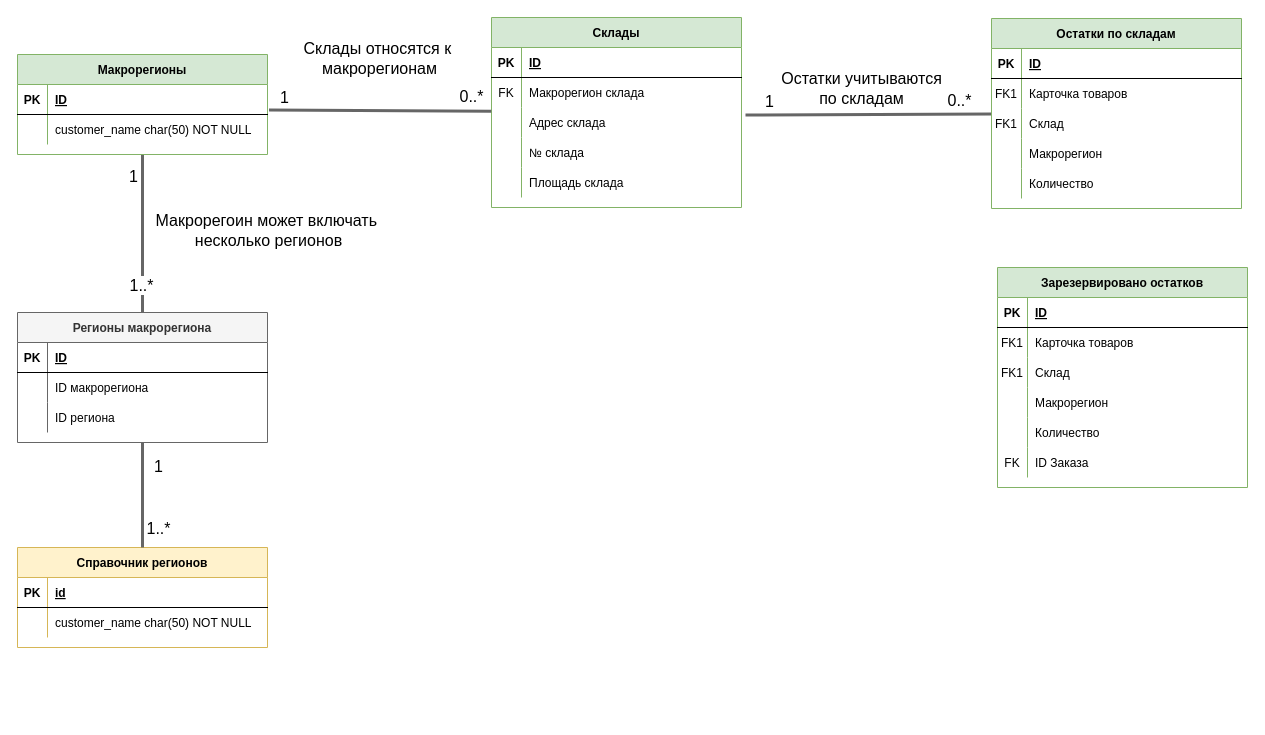
Earlier version of the draw.io diagram ERD Складская система.drawio (getitsoIved/examplesOfArtifacts). Source tidied: cells renumbered, new cells numbered last; positions are measured from the earlier drawing's top-left corner, leaving out a move shared by most shapes. Both pictures are drawn from the tidied source at 100%, with x=0, y=0 at pixel (17, 17).
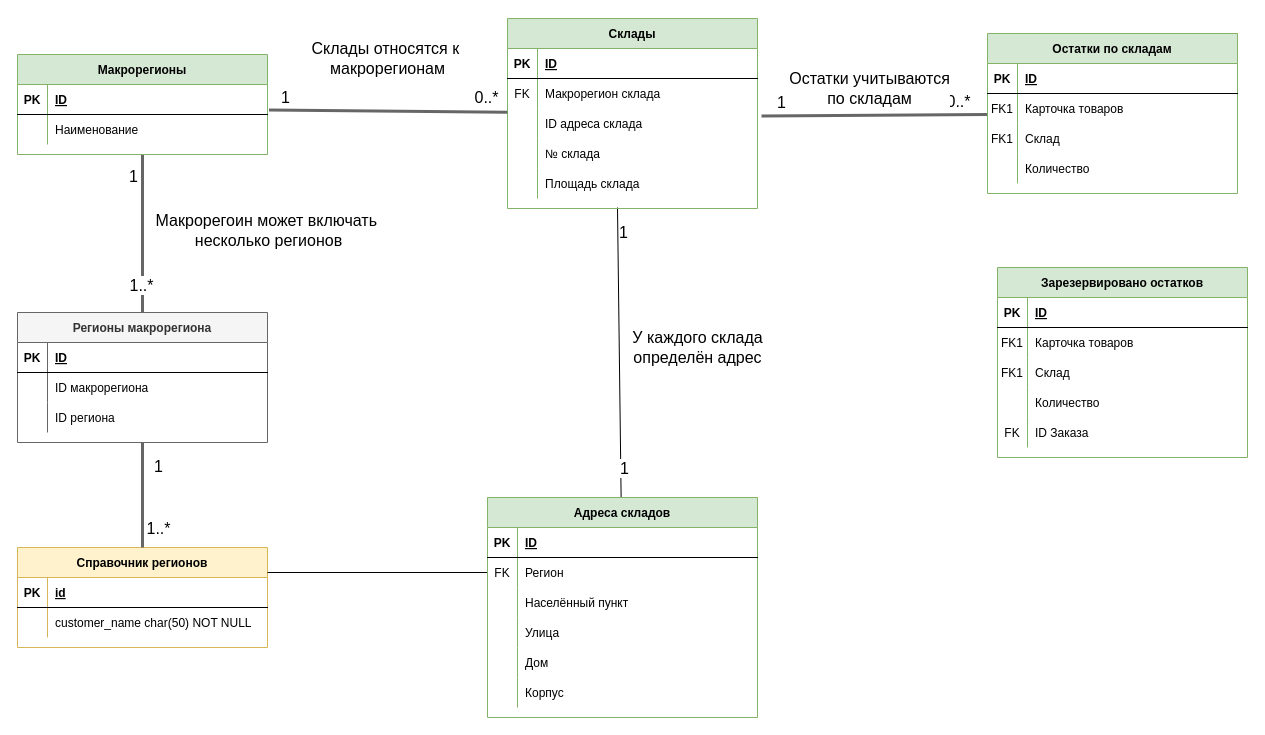
Above is the later version.

Unchanged cells that the change refers to:
```xml
<mxCell id="30" style="shape=partialRectangle;fillColor=none;top=0;left=0;right=0;bottom=0;" parent="26" vertex="1">
  <mxGeometry y="60" width="250" height="30" as="geometry" />
</mxCell>
<mxCell id="33" value="Справочник регионов" style="shape=table;startSize=30;childLayout=tableLayout;rowLines=0;fontStyle=1;align=center;fillColor=#fff2cc;strokeColor=#d6b656;" parent="1" vertex="1">
  <mxGeometry y="530" width="250" height="100" as="geometry" />
</mxCell>
<mxCell id="60" style="shape=partialRectangle;fillColor=none;points=[[0,0.5],[1,0.5]];portConstraint=eastwest;top=0;left=0;right=0;bottom=0;" parent="53" vertex="1">
  <mxGeometry y="90" width="250" height="30" as="geometry" />
</mxCell>
```

The edit, as a diff of the source:
```diff
@@
     <mxCell id="6" value="Остатки по складам" style="shape=table;startSize=30;childLayout=tableLayout;rowLines=0;fontStyle=1;align=center;fillColor=#d5e8d4;strokeColor=#82b366;" parent="1" vertex="1">
-      <mxGeometry x="974" y="1" width="250" height="190" as="geometry" />
+      <mxGeometry x="970" y="16" width="250" height="160" as="geometry" />
     </mxCell>
@@
-    <mxCell id="16" style="shape=partialRectangle;fillColor=none;top=0;left=0;right=0;bottom=0;" parent="6" vertex="1">
-      <mxGeometry y="120" width="250" height="30" as="geometry" />
-    </mxCell>
-    <mxCell id="17" style="shape=partialRectangle;overflow=hidden;fillColor=none;top=0;left=0;bottom=0;right=0;" parent="16" vertex="1">
-      <mxGeometry width="30" height="30" as="geometry" />
-    </mxCell>
-    <mxCell id="18" value="Макрорегион" style="shape=partialRectangle;overflow=hidden;fillColor=none;top=0;left=0;bottom=0;right=0;align=left;spacingLeft=6;" parent="16" vertex="1">
-      <mxGeometry x="30" width="220" height="30" as="geometry" />
-    </mxCell>
     <mxCell id="19" style="shape=partialRectangle;fillColor=none;top=0;left=0;right=0;bottom=0;" parent="6" vertex="1">
-      <mxGeometry y="150" width="250" height="30" as="geometry" />
+      <mxGeometry y="120" width="250" height="30" as="geometry" />
     </mxCell>
@@
-    <mxCell id="32" value="customer_name char(50) NOT NULL" style="shape=partialRectangle;overflow=hidden;fillColor=none;top=0;left=0;bottom=0;right=0;align=left;spacingLeft=6;" parent="30" vertex="1">
+    <mxCell id="32" value="Наименование" style="shape=partialRectangle;overflow=hidden;fillColor=none;top=0;left=0;bottom=0;right=0;align=left;spacingLeft=6;" parent="30" vertex="1">
       <mxGeometry x="30" width="220" height="30" as="geometry" />
     </mxCell>
@@
+    <mxCell id="92" style="rounded=0;jettySize=auto;html=1;startArrow=none;startFill=0;endArrow=none;endFill=0;" parent="1" edge="1" target="97">
+      <mxGeometry relative="1" as="geometry">
+        <mxPoint x="600" y="190" as="sourcePoint" />
+      </mxGeometry>
+    </mxCell>
+    <mxCell id="93" value="&lt;font style=&quot;font-size: 16px;&quot;&gt;У каждого склада &lt;br&gt;определён адрес&lt;/font&gt;" style="edgeLabel;html=1;align=center;verticalAlign=middle;" parent="92" vertex="1">
+      <mxGeometry x="-0.09" y="2" relative="1" as="geometry">
+        <mxPoint x="76" y="8" as="offset" />
+      </mxGeometry>
+    </mxCell>
+    <mxCell id="94" value="1" style="edgeLabel;html=1;align=center;verticalAlign=middle;fontSize=16;" parent="92" vertex="1">
+      <mxGeometry x="0.8" y="2" relative="1" as="geometry">
+        <mxPoint x="1" as="offset" />
+      </mxGeometry>
+    </mxCell>
+    <mxCell id="95" value="1" style="edgeLabel;html=1;align=center;verticalAlign=middle;fontSize=16;" parent="92" vertex="1">
+      <mxGeometry x="-0.83" relative="1" as="geometry">
+        <mxPoint x="5" as="offset" />
+      </mxGeometry>
+    </mxCell>
     <mxCell id="53" value="Склады" style="shape=table;startSize=30;childLayout=tableLayout;rowLines=0;fontStyle=1;align=center;fillColor=#d5e8d4;strokeColor=#82b366;" parent="1" vertex="1">
-      <mxGeometry x="474" width="250" height="190" as="geometry" />
+      <mxGeometry x="490" y="1" width="250" height="190" as="geometry" />
     </mxCell>
@@
-    <mxCell id="62" value="Адрес склада" style="shape=partialRectangle;overflow=hidden;fillColor=none;top=0;left=0;bottom=0;right=0;align=left;spacingLeft=6;" parent="60" vertex="1">
+    <mxCell id="62" value="ID адреса склада" style="shape=partialRectangle;overflow=hidden;fillColor=none;top=0;left=0;bottom=0;right=0;align=left;spacingLeft=6;" parent="60" vertex="1">
       <mxGeometry x="30" width="220" height="30" as="geometry" />
     </mxCell>
@@
     <mxCell id="73" value="Зарезервировано остатков" style="shape=table;startSize=30;childLayout=tableLayout;rowLines=0;fontStyle=1;align=center;fillColor=#d5e8d4;strokeColor=#82b366;" parent="1" vertex="1">
-      <mxGeometry x="980" y="250" width="250" height="220" as="geometry" />
+      <mxGeometry x="980" y="250" width="250" height="190" as="geometry" />
     </mxCell>
@@
-    <mxCell id="83" style="shape=partialRectangle;fillColor=none;top=0;left=0;right=0;bottom=0;" parent="73" vertex="1">
-      <mxGeometry y="120" width="250" height="30" as="geometry" />
-    </mxCell>
-    <mxCell id="84" style="shape=partialRectangle;overflow=hidden;fillColor=none;top=0;left=0;bottom=0;right=0;" parent="83" vertex="1">
-      <mxGeometry width="30" height="30" as="geometry" />
-    </mxCell>
-    <mxCell id="85" value="Макрорегион" style="shape=partialRectangle;overflow=hidden;fillColor=none;top=0;left=0;bottom=0;right=0;align=left;spacingLeft=6;" parent="83" vertex="1">
-      <mxGeometry x="30" width="220" height="30" as="geometry" />
-    </mxCell>
     <mxCell id="86" style="shape=partialRectangle;fillColor=none;top=0;left=0;right=0;bottom=0;" parent="73" vertex="1">
-      <mxGeometry y="150" width="250" height="30" as="geometry" />
+      <mxGeometry y="120" width="250" height="30" as="geometry" />
     </mxCell>
@@
     <mxCell id="89" style="shape=partialRectangle;fillColor=none;top=0;left=0;right=0;bottom=0;" parent="73" vertex="1">
-      <mxGeometry y="180" width="250" height="30" as="geometry" />
+      <mxGeometry y="150" width="250" height="30" as="geometry" />
     </mxCell>
@@
+    <mxCell id="96" style="rounded=0;jettySize=auto;html=1;entryX=1;entryY=0.25;entryDx=0;entryDy=0;endArrow=none;endFill=0;exitX=0;exitY=0.5;exitDx=0;exitDy=0;" parent="1" edge="1" source="101" target="33">
+      <mxGeometry relative="1" as="geometry" />
+    </mxCell>
+    <mxCell id="97" value="Адреса складов" style="shape=table;startSize=30;childLayout=tableLayout;rowLines=0;fontStyle=1;align=center;fillColor=#d5e8d4;strokeColor=#82b366;" parent="1" vertex="1">
+      <mxGeometry x="470" y="480" width="270" height="220" as="geometry" />
+    </mxCell>
+    <mxCell id="98" style="shape=partialRectangle;fillColor=none;top=0;left=0;right=0;bottom=1;" parent="97" vertex="1">
+      <mxGeometry y="30" width="270" height="30" as="geometry" />
+    </mxCell>
+    <mxCell id="99" value="PK" style="shape=partialRectangle;overflow=hidden;fillColor=none;top=0;left=0;bottom=0;right=0;fontStyle=1;" parent="98" vertex="1">
+      <mxGeometry width="30" height="30" as="geometry" />
+    </mxCell>
+    <mxCell id="100" value="ID" style="shape=partialRectangle;overflow=hidden;fillColor=none;top=0;left=0;bottom=0;right=0;align=left;spacingLeft=6;fontStyle=5;" parent="98" vertex="1">
+      <mxGeometry x="30" width="240" height="30" as="geometry" />
+    </mxCell>
+    <mxCell id="101" style="shape=partialRectangle;fillColor=none;points=[[0,0.5],[1,0.5]];portConstraint=eastwest;top=0;left=0;right=0;bottom=0;" parent="97" vertex="1">
+      <mxGeometry y="60" width="270" height="30" as="geometry" />
+    </mxCell>
+    <mxCell id="102" value="FK" style="shape=partialRectangle;overflow=hidden;fillColor=none;top=0;left=0;bottom=0;right=0;" parent="101" vertex="1">
+      <mxGeometry width="30" height="30" as="geometry" />
+    </mxCell>
+    <mxCell id="103" value="Регион" style="shape=partialRectangle;overflow=hidden;fillColor=none;top=0;left=0;bottom=0;right=0;align=left;spacingLeft=6;" parent="101" vertex="1">
+      <mxGeometry x="30" width="240" height="30" as="geometry" />
+    </mxCell>
+    <mxCell id="104" style="shape=partialRectangle;fillColor=none;top=0;left=0;right=0;bottom=0;" parent="97" vertex="1">
+      <mxGeometry y="90" width="270" height="30" as="geometry" />
+    </mxCell>
+    <mxCell id="105" style="shape=partialRectangle;overflow=hidden;fillColor=none;top=0;left=0;bottom=0;right=0;" parent="104" vertex="1">
+      <mxGeometry width="30" height="30" as="geometry" />
+    </mxCell>
+    <mxCell id="106" value="Населённый пункт" style="shape=partialRectangle;overflow=hidden;fillColor=none;top=0;left=0;bottom=0;right=0;align=left;spacingLeft=6;" parent="104" vertex="1">
+      <mxGeometry x="30" width="240" height="30" as="geometry" />
+    </mxCell>
+    <mxCell id="107" style="shape=partialRectangle;fillColor=none;top=0;left=0;right=0;bottom=0;" parent="97" vertex="1">
+      <mxGeometry y="120" width="270" height="30" as="geometry" />
+    </mxCell>
+    <mxCell id="108" style="shape=partialRectangle;overflow=hidden;fillColor=none;top=0;left=0;bottom=0;right=0;" parent="107" vertex="1">
+      <mxGeometry width="30" height="30" as="geometry" />
+    </mxCell>
+    <mxCell id="109" value="Улица" style="shape=partialRectangle;overflow=hidden;fillColor=none;top=0;left=0;bottom=0;right=0;align=left;spacingLeft=6;" parent="107" vertex="1">
+      <mxGeometry x="30" width="240" height="30" as="geometry" />
+    </mxCell>
+    <mxCell id="110" style="shape=partialRectangle;fillColor=none;top=0;left=0;right=0;bottom=0;" parent="97" vertex="1">
+      <mxGeometry y="150" width="270" height="30" as="geometry" />
+    </mxCell>
+    <mxCell id="111" style="shape=partialRectangle;overflow=hidden;fillColor=none;top=0;left=0;bottom=0;right=0;" parent="110" vertex="1">
+      <mxGeometry width="30" height="30" as="geometry" />
+    </mxCell>
+    <mxCell id="112" value="Дом" style="shape=partialRectangle;overflow=hidden;fillColor=none;top=0;left=0;bottom=0;right=0;align=left;spacingLeft=6;" parent="110" vertex="1">
+      <mxGeometry x="30" width="240" height="30" as="geometry" />
+    </mxCell>
+    <mxCell id="113" style="shape=partialRectangle;fillColor=none;top=0;left=0;right=0;bottom=0;" parent="97" vertex="1">
+      <mxGeometry y="180" width="270" height="30" as="geometry" />
+    </mxCell>
+    <mxCell id="114" style="shape=partialRectangle;overflow=hidden;fillColor=none;top=0;left=0;bottom=0;right=0;" parent="113" vertex="1">
+      <mxGeometry width="30" height="30" as="geometry" />
+    </mxCell>
+    <mxCell id="115" value="Корпус" style="shape=partialRectangle;overflow=hidden;fillColor=none;top=0;left=0;bottom=0;right=0;align=left;spacingLeft=6;" parent="113" vertex="1">
+      <mxGeometry x="30" width="240" height="30" as="geometry" />
+    </mxCell>
```
